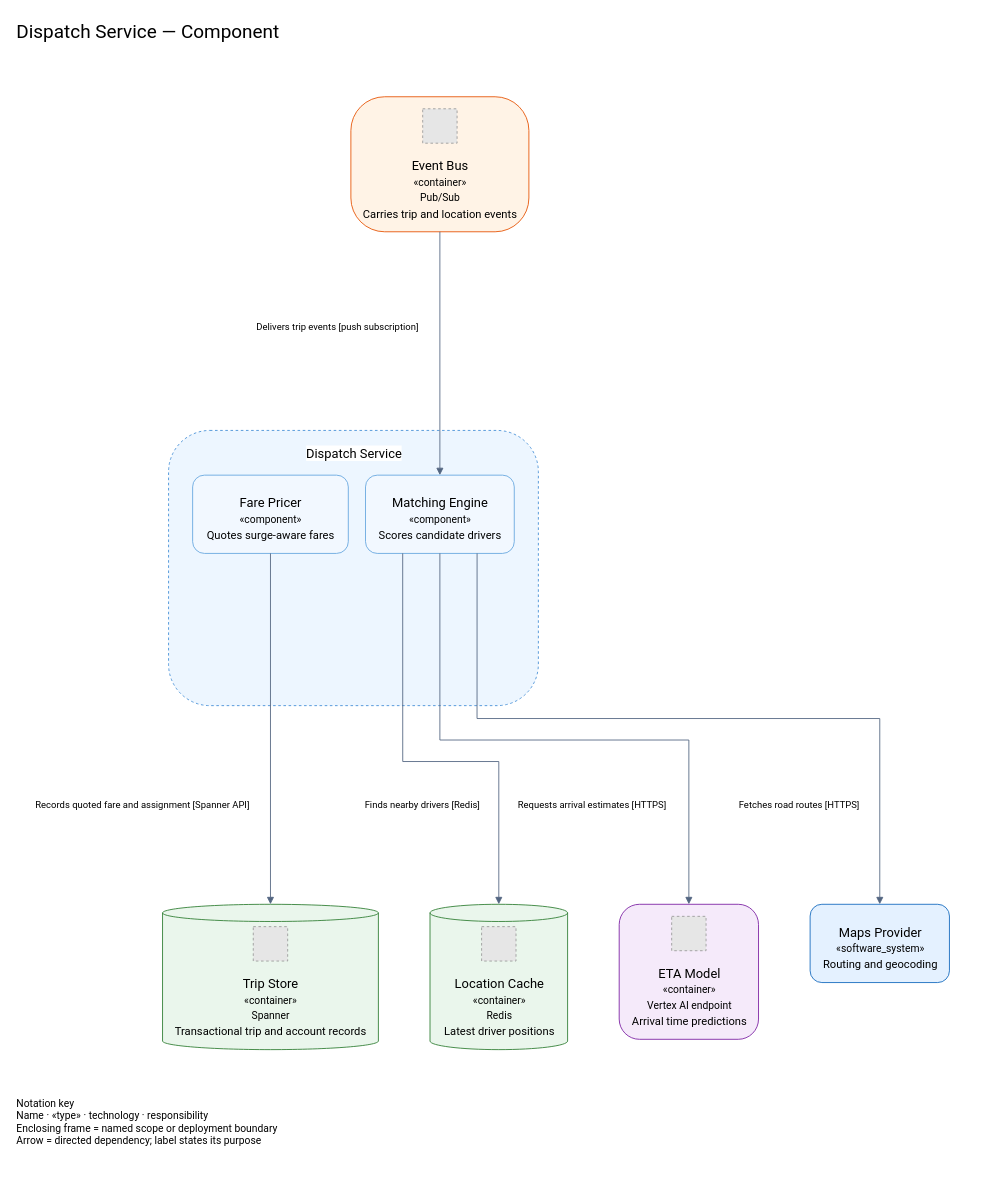
Earlier version of the draw.io diagram examples/ride-dispatch/diagrams/03-components/component-dispatch-service.drawio (tyler59simon/architecture-suite-plugin). Source tidied: cells renumbered, new cells numbered last; positions are measured from the earlier drawing's top-left corner, leaving out a move shared by most shapes. Both pictures are drawn from the tidied source at 86%, with x=0, y=0 at pixel (15, 15). Pictures stored in the file or linked from it are replaced by grey dashed boxes.
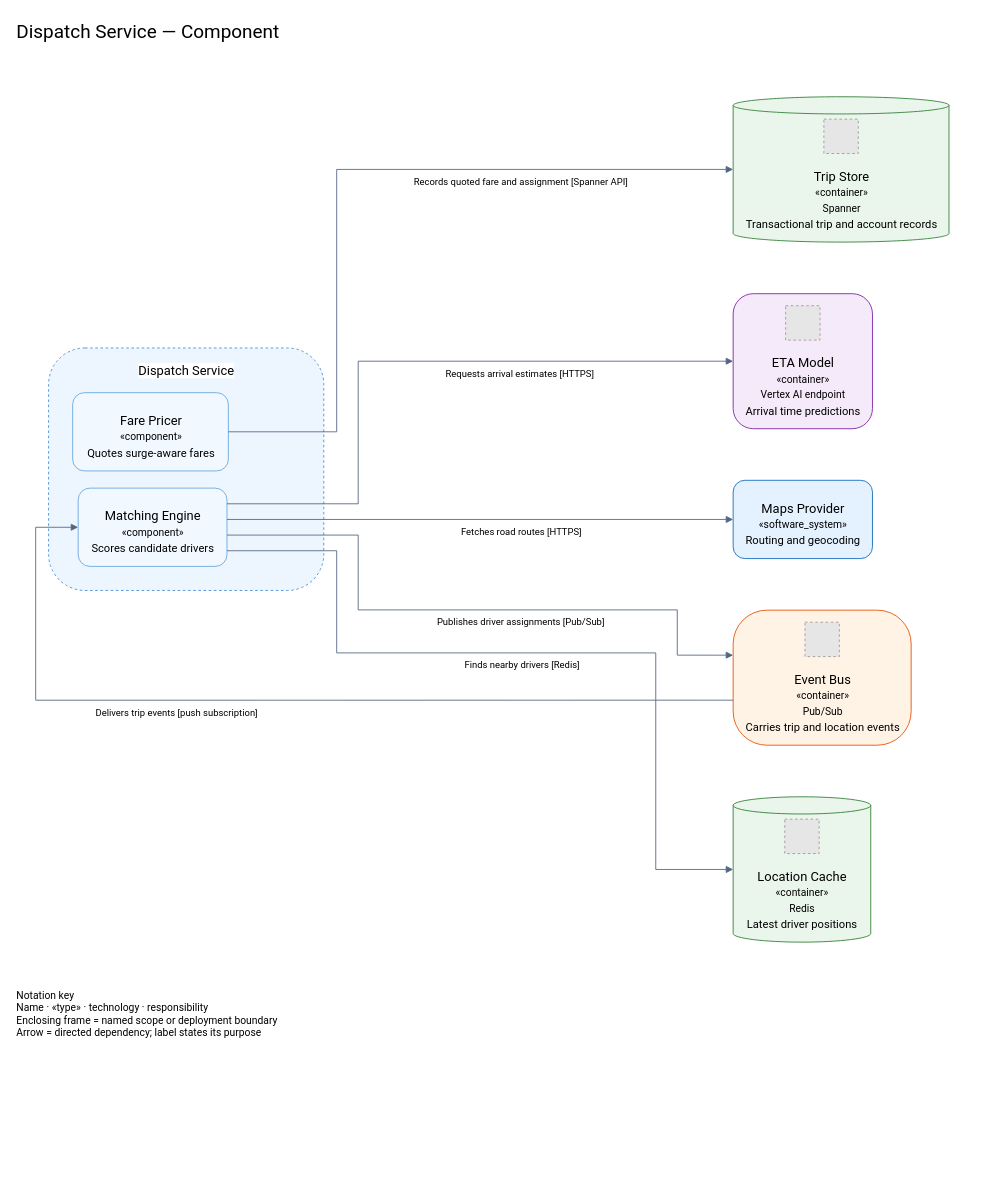
The same page after the edit.

The change refers to these unchanged cells:
```xml
<mxCell id="36" style="rounded=1;fillColor=#f2f8ff;strokeColor=#65a6df;dashed=0;" parent="31" vertex="1">
  <mxGeometry x="28" y="52" width="181" height="91" as="geometry" />
</mxCell>
```

Change to the diagram source:
```diff
@@
     <mxCell id="2" value="Dispatch Service — Component" style="text;html=1;fontSize=22;align=left;fontFamily=Roboto;" parent="1" vertex="1">
-      <mxGeometry width="1110.5" height="55" as="geometry" />
+      <mxGeometry width="1110" height="55" as="geometry" />
     </mxCell>
     <mxCell id="3" style="rounded=1;fillColor=#e4f1ff;strokeColor=#1168bd;dashed=0;" parent="1" vertex="1">
-      <mxGeometry x="924.5" y="1034" width="162" height="91" as="geometry" />
+      <mxGeometry x="835" y="541" width="162" height="91" as="geometry" />
     </mxCell>
@@
     <mxCell id="7" style="rounded=1;arcSize=25;fillColor=#fff3e6;strokeColor=#e65100;dashed=0;" parent="1" vertex="1">
-      <mxGeometry x="390.5" y="95" width="207" height="157" as="geometry" />
+      <mxGeometry x="835" y="692" width="207" height="157" as="geometry" />
     </mxCell>
@@
     <mxCell id="13" style="shape=cylinder3;boundedLbl=1;backgroundOutline=1;size=10;fillColor=#eaf6ec;strokeColor=#2e7d32;dashed=0;" parent="1" vertex="1">
-      <mxGeometry x="171.5" y="1034" width="251" height="169" as="geometry" />
+      <mxGeometry x="835" y="95" width="251" height="169" as="geometry" />
     </mxCell>
@@
     <mxCell id="19" style="shape=cylinder3;boundedLbl=1;backgroundOutline=1;size=10;fillColor=#eaf6ec;strokeColor=#2e7d32;dashed=0;" parent="1" vertex="1">
-      <mxGeometry x="482.5" y="1034" width="160" height="169" as="geometry" />
+      <mxGeometry x="835" y="909" width="160" height="169" as="geometry" />
     </mxCell>
@@
     <mxCell id="25" style="rounded=1;fillColor=#f5eafa;strokeColor=#7b1fa2;dashed=0;" parent="1" vertex="1">
-      <mxGeometry x="702.5" y="1034" width="162" height="157" as="geometry" />
+      <mxGeometry x="835" y="324" width="162" height="157" as="geometry" />
     </mxCell>
@@
     <mxCell id="31" style="rounded=1;fillColor=#edf6ff;strokeColor=#438dd5;dashed=1;" parent="1" vertex="1">
-      <mxGeometry x="178.5" y="483" width="430" height="320" as="geometry" />
+      <mxGeometry x="39" y="387.1" width="320" height="282" as="geometry" />
     </mxCell>
     <mxCell id="32" style="rounded=1;fillColor=#f2f8ff;strokeColor=#65a6df;dashed=0;" parent="31" vertex="1">
-      <mxGeometry x="229" y="52" width="173" height="91" as="geometry" />
+      <mxGeometry x="34.4" y="163" width="173" height="91" as="geometry" />
     </mxCell>
@@
-    <mxCell id="40" style="endArrow=block;dashed=0;rounded=0;strokeColor=#526580;exitX=0.5;exitY=1.0;exitPerimeter=0;entryX=0.5;entryY=0.0;entryPerimeter=0;noEdgeStyle=1;" parent="1" edge="1" source="7" target="32">
-      <mxGeometry relative="1" as="geometry" />
+    <mxCell id="40" style="endArrow=block;dashed=0;rounded=0;strokeColor=#526580;exitX=0.0;exitY=0.6666666666666664;exitPerimeter=0;entryX=0.0;entryY=0.5;entryPerimeter=0;noEdgeStyle=1;" parent="1" edge="1" source="7" target="32">
+      <mxGeometry relative="1" as="geometry">
+        <Array as="points">
+          <mxPoint x="24" y="796.7" />
+          <mxPoint x="24" y="595.6" />
+        </Array>
+      </mxGeometry>
     </mxCell>
     <mxCell id="41" value="Delivers trip events [push subscription]" style="text;html=1;fillColor=#ffffff;fontSize=11;fontFamily=Roboto;spacing=0;" parent="1" vertex="1">
-      <mxGeometry x="281" y="352" width="211" height="26" as="geometry" />
+      <mxGeometry x="93.5" y="799.7" width="211" height="26" as="geometry" />
     </mxCell>
-    <mxCell id="42" style="endArrow=block;dashed=0;rounded=0;strokeColor=#526580;exitX=0.25;exitY=1.0;exitPerimeter=0;entryX=0.5;entryY=0.0;entryPerimeter=0;noEdgeStyle=1;" parent="1" edge="1" source="32" target="19">
+    <mxCell id="42" style="endArrow=block;dashed=0;rounded=0;strokeColor=#526580;exitX=0.9999999999999999;exitY=0.8000000000000007;exitPerimeter=0;entryX=0.0;entryY=0.5;entryPerimeter=0;noEdgeStyle=1;" parent="1" edge="1" source="32" target="19">
       <mxGeometry relative="1" as="geometry">
         <Array as="points">
-          <mxPoint x="450.8" y="868" />
-          <mxPoint x="562.5" y="868" />
+          <mxPoint x="374" y="622.9" />
+          <mxPoint x="374" y="741.7" />
+          <mxPoint x="745" y="741.7" />
+          <mxPoint x="745" y="993.5" />
         </Array>
       </mxGeometry>
     </mxCell>
     <mxCell id="43" value="Finds nearby drivers [Redis]" style="text;html=1;fillColor=#ffffff;fontSize=11;fontFamily=Roboto;spacing=0;" parent="1" vertex="1">
-      <mxGeometry x="406.5" y="908" width="154" height="26" as="geometry" />
+      <mxGeometry x="522.5" y="744.7" width="154" height="26" as="geometry" />
     </mxCell>
-    <mxCell id="44" style="endArrow=block;dashed=0;rounded=0;strokeColor=#526580;exitX=0.5;exitY=1.0;exitPerimeter=0;entryX=0.5;entryY=0.0;entryPerimeter=0;noEdgeStyle=1;" parent="1" edge="1" source="32" target="25">
+    <mxCell id="44" style="endArrow=block;dashed=0;rounded=0;strokeColor=#526580;exitX=0.9999999999999999;exitY=0.19999999999999926;exitPerimeter=0;entryX=0.0;entryY=0.5000000000000008;entryPerimeter=0;noEdgeStyle=1;" parent="1" edge="1" source="32" target="25">
       <mxGeometry relative="1" as="geometry">
         <Array as="points">
-          <mxPoint x="494" y="843" />
-          <mxPoint x="783.5" y="843" />
+          <mxPoint x="399" y="568.3" />
+          <mxPoint x="399" y="402.5" />
         </Array>
       </mxGeometry>
     </mxCell>
     <mxCell id="45" value="Requests arrival estimates [HTTPS]" style="text;html=1;fillColor=#ffffff;fontSize=11;fontFamily=Roboto;spacing=0;" parent="1" vertex="1">
-      <mxGeometry x="584.5" y="908" width="197" height="26" as="geometry" />
+      <mxGeometry x="501" y="405.5" width="197" height="26" as="geometry" />
     </mxCell>
-    <mxCell id="46" style="endArrow=block;dashed=0;rounded=0;strokeColor=#526580;exitX=0.75;exitY=1.0;exitPerimeter=0;entryX=0.5;entryY=0.0;entryPerimeter=0;noEdgeStyle=1;" parent="1" edge="1" source="32" target="3">
-      <mxGeometry relative="1" as="geometry">
-        <Array as="points">
-          <mxPoint x="537.2" y="818" />
-          <mxPoint x="1005.5" y="818" />
-        </Array>
-      </mxGeometry>
+    <mxCell id="46" style="endArrow=block;dashed=0;rounded=0;strokeColor=#526580;exitX=0.9999999999999999;exitY=0.39999999999999974;exitPerimeter=0;entryX=0.0;entryY=0.5000000000000012;entryPerimeter=0;noEdgeStyle=1;" parent="1" edge="1" source="32" target="3">
+      <mxGeometry relative="1" as="geometry" />
     </mxCell>
     <mxCell id="47" value="Fetches road routes [HTTPS]" style="text;html=1;fillColor=#ffffff;fontSize=11;fontFamily=Roboto;spacing=0;" parent="1" vertex="1">
-      <mxGeometry x="841.5" y="908" width="162" height="26" as="geometry" />
+      <mxGeometry x="518.5" y="589.5" width="162" height="26" as="geometry" />
     </mxCell>
-    <mxCell id="48" style="endArrow=block;dashed=0;rounded=0;strokeColor=#526580;exitX=0.5;exitY=1.0;exitPerimeter=0;entryX=0.5;entryY=0.0;entryPerimeter=0;noEdgeStyle=1;" parent="1" edge="1" source="36" target="13">
-      <mxGeometry relative="1" as="geometry" />
+    <mxCell id="48" style="endArrow=block;dashed=0;rounded=0;strokeColor=#526580;exitX=1.0;exitY=0.5;exitPerimeter=0;entryX=0.0;entryY=0.5000000000000007;entryPerimeter=0;noEdgeStyle=1;" parent="1" edge="1" source="36" target="13">
+      <mxGeometry relative="1" as="geometry">
+        <Array as="points">
+          <mxPoint x="374" y="484.6" />
+          <mxPoint x="374" y="179.5" />
+        </Array>
+      </mxGeometry>
     </mxCell>
     <mxCell id="49" value="Records quoted fare and assignment [Spanner API]" style="text;html=1;fillColor=#ffffff;fontSize=11;fontFamily=Roboto;spacing=0;" parent="1" vertex="1">
-      <mxGeometry x="24" y="908" width="271" height="26" as="geometry" />
+      <mxGeometry x="464" y="182.5" width="271" height="26" as="geometry" />
     </mxCell>
+    <mxCell id="52" style="endArrow=block;dashed=0;rounded=0;strokeColor=#526580;exitX=0.9999999999999999;exitY=0.6000000000000002;exitPerimeter=0;entryX=0.0;entryY=0.3333333333333343;entryPerimeter=0;noEdgeStyle=1;" parent="1" edge="1" source="32" target="7">
+      <mxGeometry relative="1" as="geometry">
+        <Array as="points">
+          <mxPoint x="399" y="604.7" />
+          <mxPoint x="399" y="691.7" />
+          <mxPoint x="770" y="691.7" />
+          <mxPoint x="770" y="744.3" />
+        </Array>
+      </mxGeometry>
+    </mxCell>
+    <mxCell id="53" value="Publishes driver assignments [Pub/Sub]" style="text;html=1;fillColor=#ffffff;fontSize=11;fontFamily=Roboto;spacing=0;" parent="1" vertex="1">
+      <mxGeometry x="491" y="694.7" width="217" height="26" as="geometry" />
+    </mxCell>
     <mxCell id="50" value="Dispatch Service" style="text;html=1;align=center;fontSize=15;fontFamily=Roboto;spacing=0;labelBackgroundColor=#ffffff;" parent="1" vertex="1">
-      <mxGeometry x="178.5" y="496" width="430" height="22" as="geometry" />
+      <mxGeometry x="39" y="400.1" width="320" height="22" as="geometry" />
     </mxCell>
     <mxCell id="51" value="Notation key&lt;br&gt;Name · «type» · technology · responsibility&lt;br&gt;Enclosing frame = named scope or deployment boundary&lt;br&gt;Arrow = directed dependency; label states its purpose" style="text;html=1;align=left;fontSize=12;fontFamily=Roboto;" parent="1" vertex="1">
-      <mxGeometry y="1252" width="560" height="100" as="geometry" />
+      <mxGeometry y="1127" width="560" height="100" as="geometry" />
     </mxCell>
```
